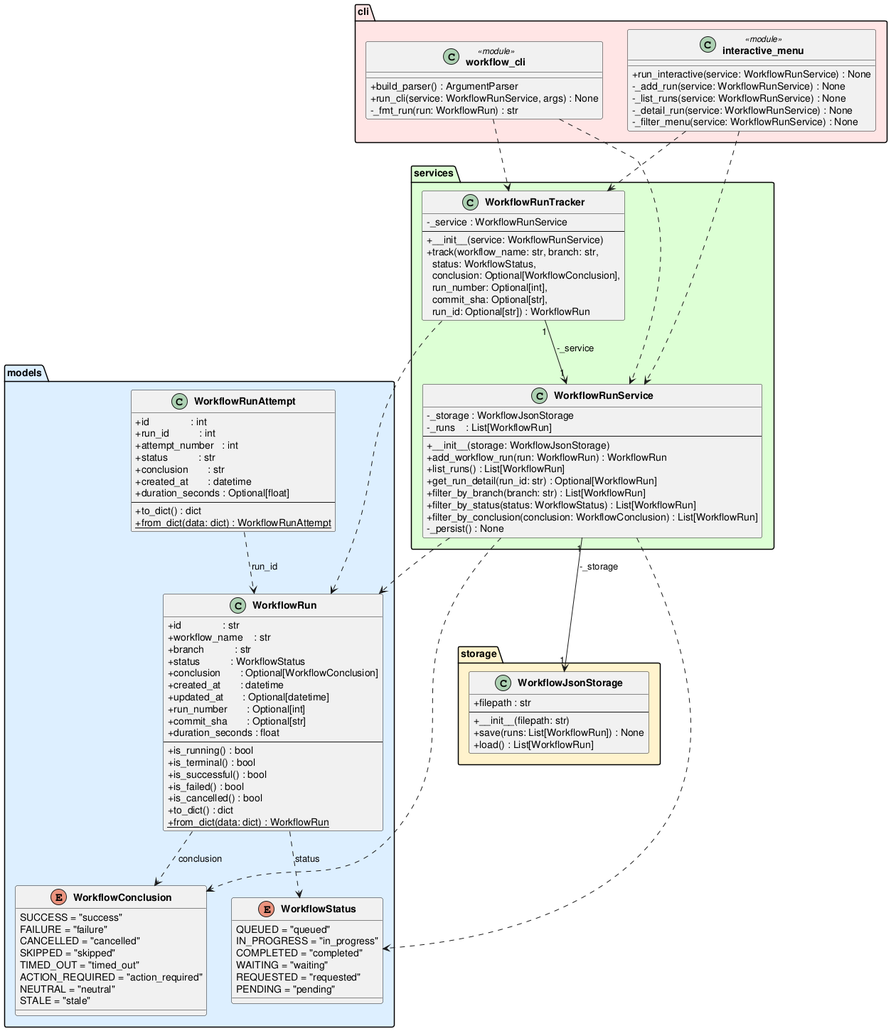
Earlier version of the PlantUML export experiments/broadcast/test_driven/github-workflow-manager/artifacts/class_diagram.png (DanielRiha8906/Software_autoevolution_using_agents).
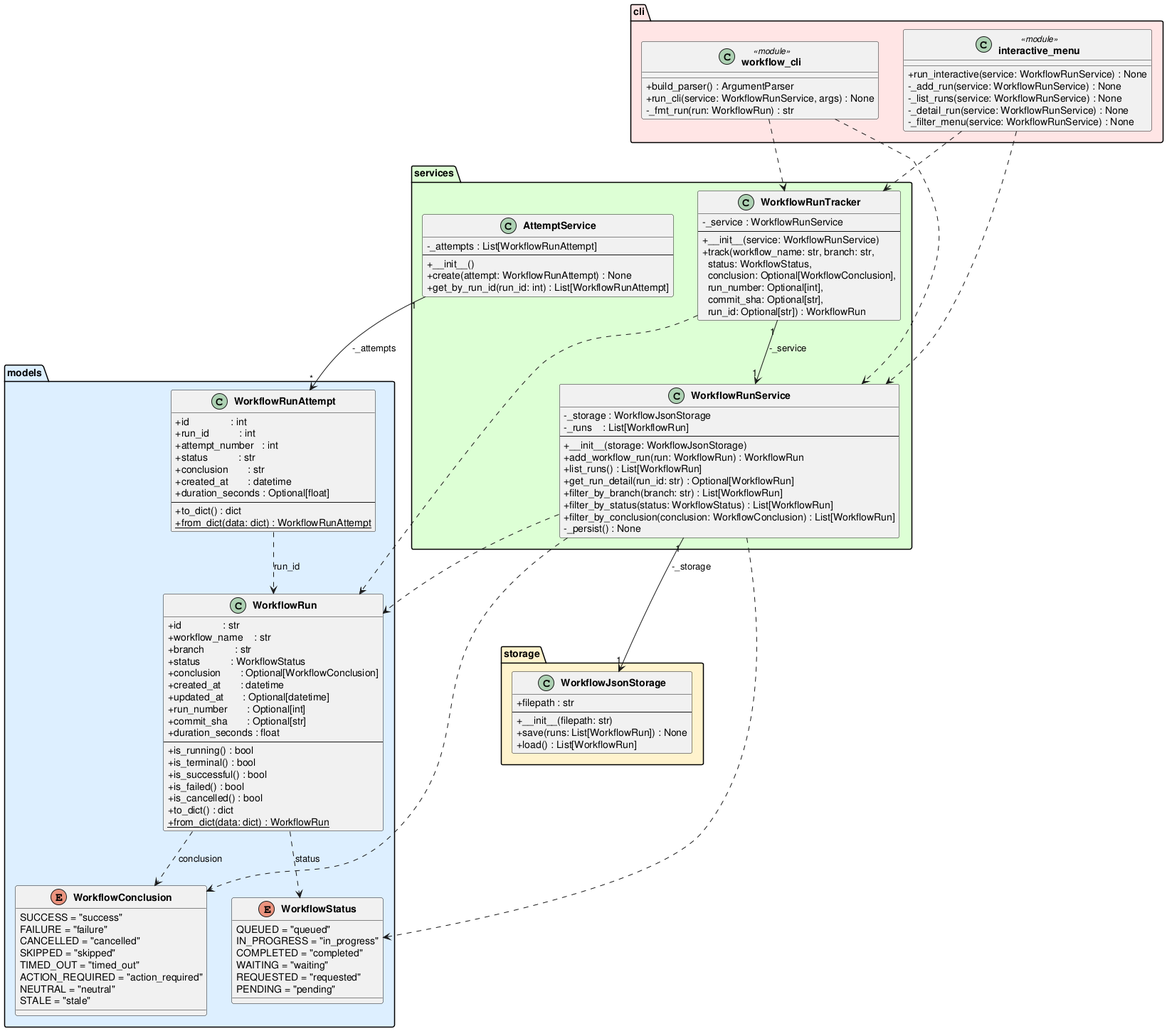
Above is the later version.

The edit, as a diff of the source:
```diff
@@ -90,6 +90,14 @@
         +__init__(service: WorkflowRunService)
         +track(workflow_name: str, branch: str,\n  status: WorkflowStatus,\n  conclusion: Optional[WorkflowConclusion],\n  run_number: Optional[int],\n  commit_sha: Optional[str],\n  run_id: Optional[str]) : WorkflowRun
     }
+
+    class AttemptService {
+        -_attempts : List[WorkflowRunAttempt]
+        --
+        +__init__()
+        +create(attempt: WorkflowRunAttempt) : None
+        +get_by_run_id(run_id: int) : List[WorkflowRunAttempt]
+    }
 }
 
 package "cli" #FFE5E5 {
@@ -117,6 +125,7 @@
 WorkflowRunService         ..>  WorkflowConclusion
 WorkflowRunTracker    "1" --> "1" WorkflowRunService  : -_service
 WorkflowRunTracker         ..>  WorkflowRun
+AttemptService       "1" --> "*" WorkflowRunAttempt   : -_attempts
 "workflow_cli"             ..>  WorkflowRunService
 "workflow_cli"             ..>  WorkflowRunTracker
 "interactive_menu"         ..>  WorkflowRunService
```
